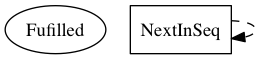
Earlier version of the Graphviz export linear_state_machine_language/pyL4/examples/out_graphviz/toy_and_teaching/collatz2.png (Marcao02/complaw-deeptech). Its source is kept beside it as linear_state_machine_language/pyL4/examples/out_graphviz/toy_and_teaching/collatz2.dot.
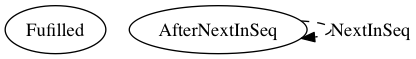
The same diagram one commit later.

The edit, as a diff of the source:
```diff
@@ -4,13 +4,13 @@
 
 
 
-    NextInSeq[label=NextInSeq,shape=box]
-
-
-
-    NextInSeq -> NextInSeq [style=dashed]
 
 
 
 
+
+
+
+    AfterNextInSeq -> AfterNextInSeq [style=dashed,label=NextInSeq];
+
 }
```
